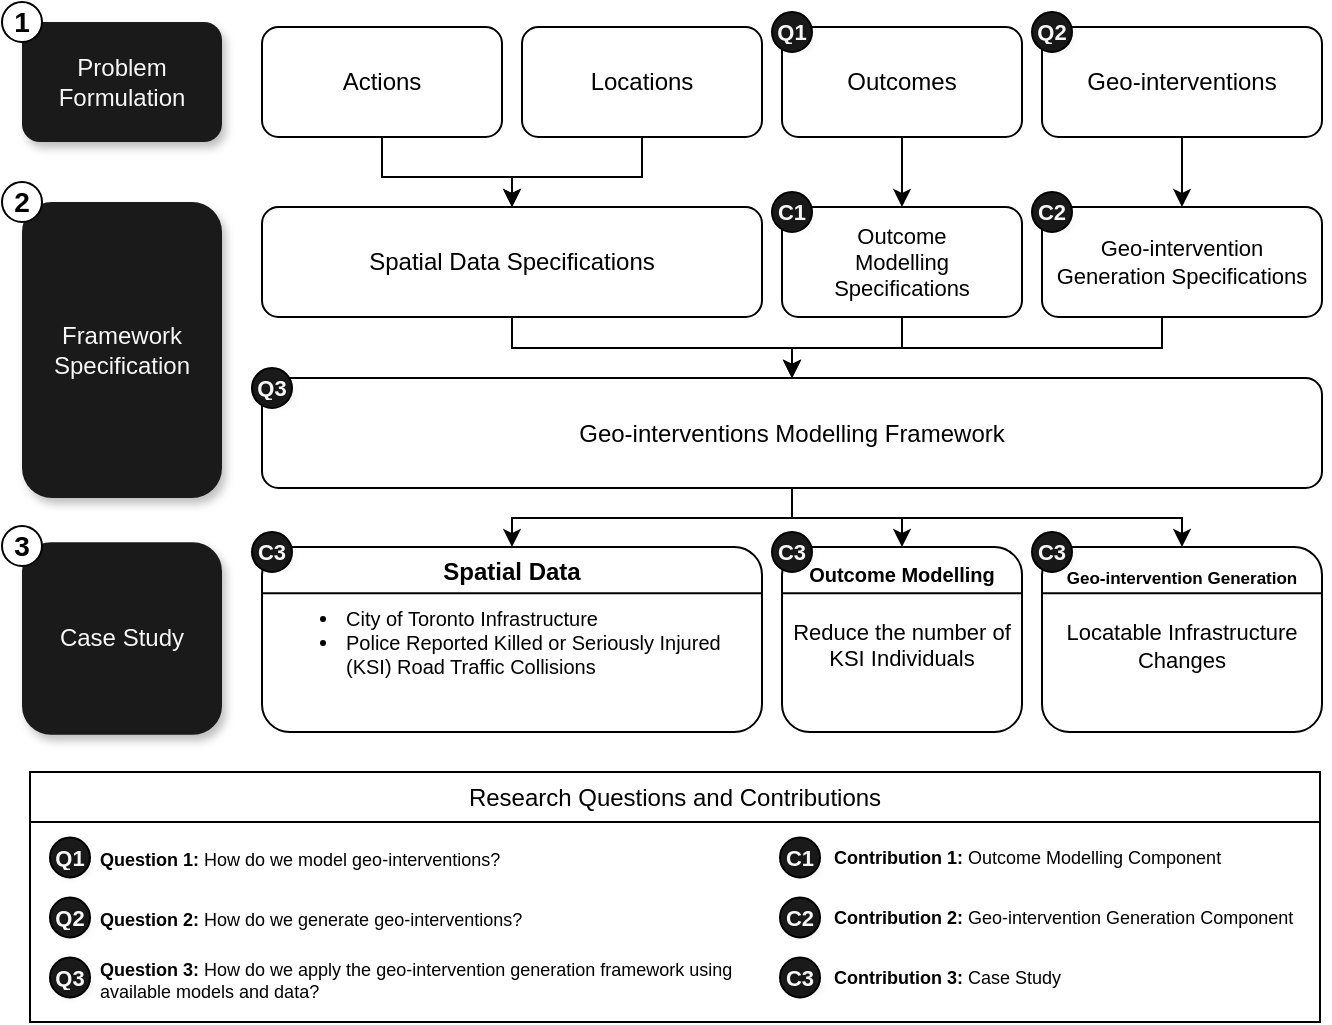
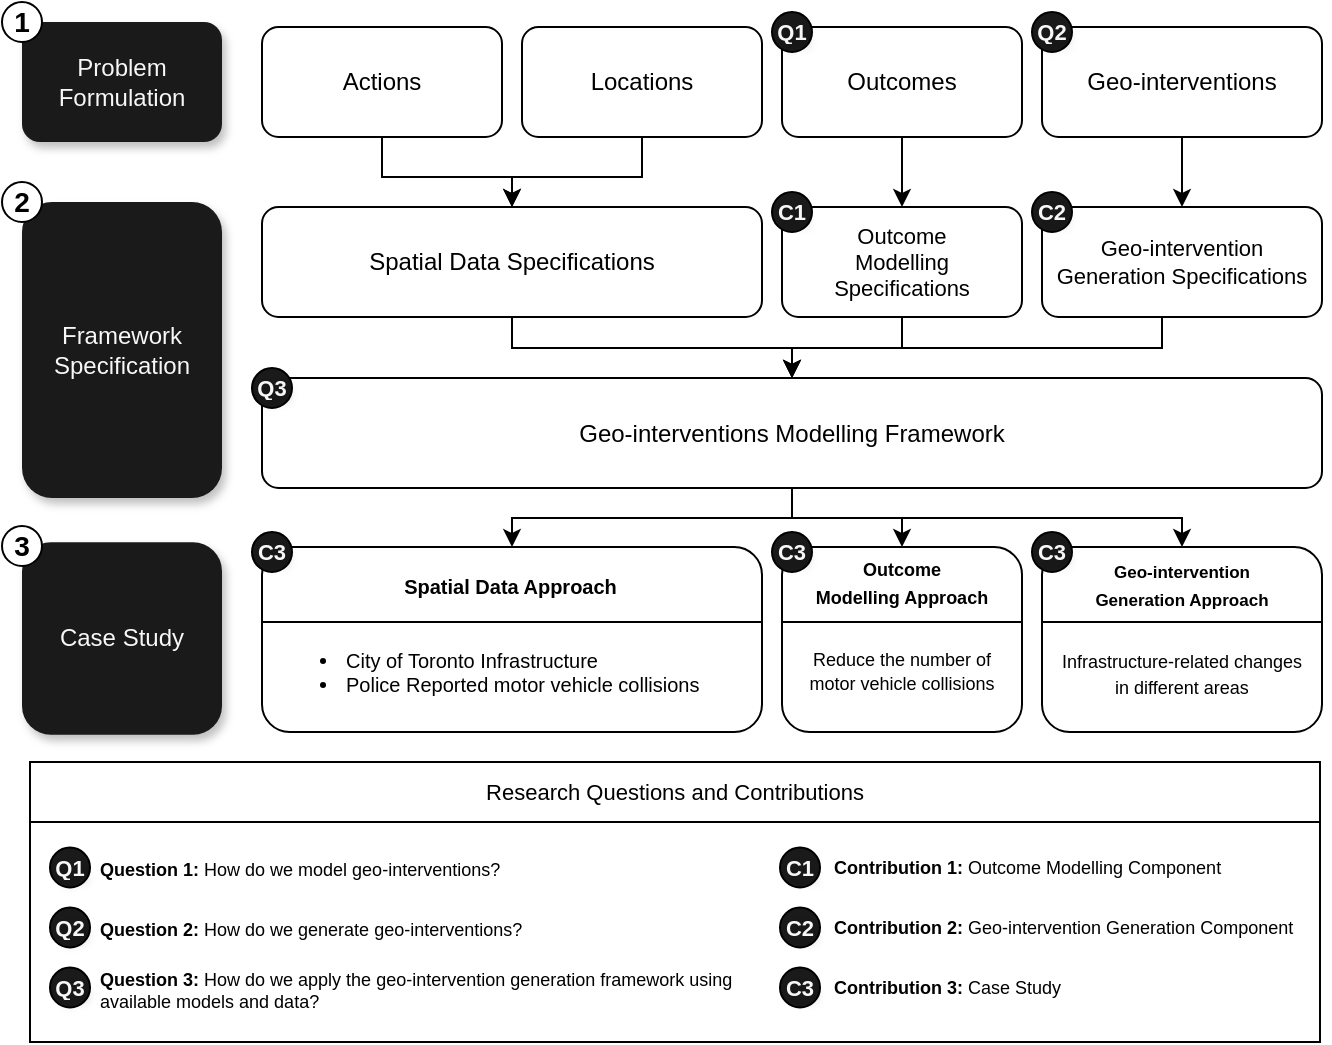
<mxfile host="Electron" agent="Mozilla/5.0 (Macintosh; Intel Mac OS X 10_15_7) AppleWebKit/537.36 (KHTML, like Gecko) draw.io/25.0.2 Chrome/128.0.6613.186 Electron/32.2.5 Safari/537.36" version="25.0.2">
  <diagram name="Page-1" id="0qjr7ZUGg_4bMqxcBNFo">
-     <mxGraphModel dx="984" dy="658" grid="1" gridSize="5" guides="1" tooltips="1" connect="1" arrows="1" fold="1" page="1" pageScale="1" pageWidth="675" pageHeight="525" math="0" shadow="0">
+     <mxGraphModel dx="856" dy="572" grid="1" gridSize="5" guides="1" tooltips="1" connect="1" arrows="1" fold="1" page="1" pageScale="1" pageWidth="675" pageHeight="535" math="0" shadow="0">
      <root>
        <mxCell id="0" />
        <mxCell id="1" parent="0" />
        <mxCell id="xfSVQfPkWPObZ8wr6tTD-67" value="" style="rounded=0;whiteSpace=wrap;html=1;" parent="1" vertex="1">
-           <mxGeometry x="20" y="415" width="645" height="100" as="geometry" />
+           <mxGeometry x="20" y="415" width="645" height="110" as="geometry" />
        </mxCell>
        <mxCell id="xfSVQfPkWPObZ8wr6tTD-12" value="Problem Formulation" style="rounded=1;whiteSpace=wrap;html=1;fillColor=#1A1A1A;strokeColor=none;shadow=1;fontColor=#F7F7F7;" parent="1" vertex="1">
          <mxGeometry x="16" y="15" width="100" height="60" as="geometry" />
        </mxCell>
        <mxCell id="xfSVQfPkWPObZ8wr6tTD-13" value="Framework Specification" style="rounded=1;whiteSpace=wrap;html=1;fillColor=#1A1A1A;strokeColor=none;shadow=1;fontColor=#F7F7F7;" parent="1" vertex="1">
          <mxGeometry x="16" y="105" width="100" height="148" as="geometry" />
        </mxCell>
        <mxCell id="xfSVQfPkWPObZ8wr6tTD-26" style="edgeStyle=orthogonalEdgeStyle;rounded=0;orthogonalLoop=1;jettySize=auto;html=1;entryX=0.5;entryY=0;entryDx=0;entryDy=0;" parent="1" source="xfSVQfPkWPObZ8wr6tTD-16" target="xfSVQfPkWPObZ8wr6tTD-21" edge="1">
          <mxGeometry relative="1" as="geometry" />
        </mxCell>
        <mxCell id="xfSVQfPkWPObZ8wr6tTD-16" value="Actions" style="rounded=1;whiteSpace=wrap;html=1;" parent="1" vertex="1">
          <mxGeometry x="136" y="17.5" width="120" height="55" as="geometry" />
        </mxCell>
        <mxCell id="xfSVQfPkWPObZ8wr6tTD-27" style="edgeStyle=orthogonalEdgeStyle;rounded=0;orthogonalLoop=1;jettySize=auto;html=1;" parent="1" source="xfSVQfPkWPObZ8wr6tTD-17" target="xfSVQfPkWPObZ8wr6tTD-21" edge="1">
          <mxGeometry relative="1" as="geometry" />
        </mxCell>
        <mxCell id="xfSVQfPkWPObZ8wr6tTD-17" value="Locations" style="rounded=1;whiteSpace=wrap;html=1;" parent="1" vertex="1">
          <mxGeometry x="266" y="17.5" width="120" height="55" as="geometry" />
        </mxCell>
        <mxCell id="xfSVQfPkWPObZ8wr6tTD-28" style="edgeStyle=orthogonalEdgeStyle;rounded=0;orthogonalLoop=1;jettySize=auto;html=1;entryX=0.5;entryY=0;entryDx=0;entryDy=0;" parent="1" source="xfSVQfPkWPObZ8wr6tTD-18" target="xfSVQfPkWPObZ8wr6tTD-22" edge="1">
          <mxGeometry relative="1" as="geometry" />
        </mxCell>
        <mxCell id="xfSVQfPkWPObZ8wr6tTD-18" value="Outcomes" style="rounded=1;whiteSpace=wrap;html=1;" parent="1" vertex="1">
          <mxGeometry x="396" y="17.5" width="120" height="55" as="geometry" />
        </mxCell>
        <mxCell id="xfSVQfPkWPObZ8wr6tTD-29" style="edgeStyle=orthogonalEdgeStyle;rounded=0;orthogonalLoop=1;jettySize=auto;html=1;entryX=0.5;entryY=0;entryDx=0;entryDy=0;" parent="1" source="xfSVQfPkWPObZ8wr6tTD-19" target="xfSVQfPkWPObZ8wr6tTD-23" edge="1">
          <mxGeometry relative="1" as="geometry" />
        </mxCell>
        <mxCell id="xfSVQfPkWPObZ8wr6tTD-19" value="Geo-interventions" style="rounded=1;whiteSpace=wrap;html=1;" parent="1" vertex="1">
          <mxGeometry x="526" y="17.5" width="140" height="55" as="geometry" />
        </mxCell>
        <mxCell id="xfSVQfPkWPObZ8wr6tTD-46" style="edgeStyle=orthogonalEdgeStyle;rounded=0;orthogonalLoop=1;jettySize=auto;html=1;entryX=0.5;entryY=0;entryDx=0;entryDy=0;" parent="1" source="xfSVQfPkWPObZ8wr6tTD-21" target="xfSVQfPkWPObZ8wr6tTD-41" edge="1">
          <mxGeometry relative="1" as="geometry">
            <Array as="points">
              <mxPoint x="261" y="178" />
              <mxPoint x="401" y="178" />
            </Array>
          </mxGeometry>
        </mxCell>
        <mxCell id="xfSVQfPkWPObZ8wr6tTD-21" value="Spatial Data Specifications" style="rounded=1;whiteSpace=wrap;html=1;" parent="1" vertex="1">
          <mxGeometry x="136" y="107.5" width="250" height="55" as="geometry" />
        </mxCell>
        <mxCell id="xfSVQfPkWPObZ8wr6tTD-47" style="edgeStyle=orthogonalEdgeStyle;rounded=0;orthogonalLoop=1;jettySize=auto;html=1;entryX=0.5;entryY=0;entryDx=0;entryDy=0;" parent="1" source="xfSVQfPkWPObZ8wr6tTD-22" target="xfSVQfPkWPObZ8wr6tTD-41" edge="1">
          <mxGeometry relative="1" as="geometry">
            <Array as="points">
              <mxPoint x="456" y="178" />
              <mxPoint x="401" y="178" />
            </Array>
          </mxGeometry>
        </mxCell>
        <mxCell id="xfSVQfPkWPObZ8wr6tTD-22" value="Outcome&lt;div&gt;Modelling&lt;/div&gt;&lt;div&gt;Specifications&lt;/div&gt;" style="rounded=1;whiteSpace=wrap;html=1;fontSize=11;" parent="1" vertex="1">
          <mxGeometry x="396" y="107.5" width="120" height="55" as="geometry" />
        </mxCell>
        <mxCell id="xfSVQfPkWPObZ8wr6tTD-48" style="edgeStyle=orthogonalEdgeStyle;rounded=0;orthogonalLoop=1;jettySize=auto;html=1;entryX=0.5;entryY=0;entryDx=0;entryDy=0;" parent="1" source="xfSVQfPkWPObZ8wr6tTD-23" target="xfSVQfPkWPObZ8wr6tTD-41" edge="1">
          <mxGeometry relative="1" as="geometry">
            <Array as="points">
              <mxPoint x="586" y="178" />
              <mxPoint x="401" y="178" />
            </Array>
          </mxGeometry>
        </mxCell>
        <mxCell id="xfSVQfPkWPObZ8wr6tTD-23" value="Geo-intervention Generation Specifications" style="rounded=1;whiteSpace=wrap;html=1;fontSize=11;" parent="1" vertex="1">
          <mxGeometry x="526" y="107.5" width="140" height="55" as="geometry" />
        </mxCell>
-         <mxCell id="xfSVQfPkWPObZ8wr6tTD-30" value="&lt;div style=&quot;text-align: center;&quot;&gt;&lt;font style=&quot;font-size: 12px;&quot;&gt;&lt;b&gt;Spatial Data&lt;/b&gt;&lt;/font&gt;&lt;/div&gt;&lt;ul&gt;&lt;li&gt;City of Toronto Infrastructure&lt;/li&gt;&lt;li&gt;Police Reported Killed or Seriously Injured (KSI) Road Traffic Collisions&lt;/li&gt;&lt;/ul&gt;" style="rounded=1;whiteSpace=wrap;html=1;fontSize=10;align=left;spacingRight=2;spacingTop=-12;" parent="1" vertex="1">
+         <mxCell id="xfSVQfPkWPObZ8wr6tTD-30" value="&lt;div style=&quot;text-align: center;&quot;&gt;&lt;font&gt;&lt;b style=&quot;line-height: 420%;&quot;&gt;&amp;nbsp; &amp;nbsp; &amp;nbsp; &amp;nbsp; &amp;nbsp; Spatial Data Approach&lt;/b&gt;&lt;/font&gt;&lt;/div&gt;&lt;ul&gt;&lt;li&gt;City of Toronto Infrastructure&lt;/li&gt;&lt;li&gt;Police Reported motor vehicle collisions&lt;/li&gt;&lt;/ul&gt;" style="rounded=1;whiteSpace=wrap;html=1;fontSize=10;align=left;spacingRight=0;spacingTop=-10;spacingLeft=0;" parent="1" vertex="1">
          <mxGeometry x="136" y="277.5" width="250" height="92.5" as="geometry" />
        </mxCell>
-         <mxCell id="xfSVQfPkWPObZ8wr6tTD-31" value="&lt;div&gt;&lt;font style=&quot;font-size: 10px;&quot;&gt;&lt;b style=&quot;&quot;&gt;Outcome&amp;nbsp;&lt;/b&gt;&lt;b style=&quot;background-color: initial; line-height: 210%;&quot;&gt;Modelling&lt;/b&gt;&lt;/font&gt;&lt;/div&gt;&lt;font style=&quot;&quot;&gt;&lt;div style=&quot;font-size: 10px;&quot;&gt;&lt;br&gt;&lt;/div&gt;&lt;div style=&quot;font-size: 10px;&quot;&gt;&lt;span style=&quot;font-size: 11px; background-color: initial;&quot;&gt;Reduce the number of KSI Individuals&lt;/span&gt;&lt;br&gt;&lt;/div&gt;&lt;/font&gt;" style="rounded=1;whiteSpace=wrap;html=1;verticalAlign=top;spacingTop=-4;" parent="1" vertex="1">
+         <mxCell id="xfSVQfPkWPObZ8wr6tTD-31" value="&lt;div&gt;&lt;font style=&quot;line-height: 30%; font-size: 9px;&quot;&gt;&lt;b style=&quot;&quot;&gt;Outcome&lt;/b&gt;&lt;/font&gt;&lt;/div&gt;&lt;div&gt;&lt;font style=&quot;line-height: 30%; font-size: 9px;&quot;&gt;&lt;b style=&quot;background-color: initial; line-height: 140%;&quot;&gt;Modelling Approach&lt;/b&gt;&lt;/font&gt;&lt;/div&gt;&lt;div&gt;&lt;span style=&quot;font-size: 14px;&quot;&gt;&lt;br&gt;&lt;/span&gt;&lt;/div&gt;&lt;font style=&quot;line-height: 100%;&quot;&gt;&lt;div&gt;&lt;span style=&quot;background-color: initial;&quot;&gt;&lt;font style=&quot;font-size: 9px; line-height: 100%;&quot;&gt;Reduce the number of&lt;/font&gt;&lt;/span&gt;&lt;/div&gt;&lt;div&gt;&lt;span style=&quot;background-color: initial;&quot;&gt;&lt;font style=&quot;font-size: 9px; line-height: 100%;&quot;&gt;motor vehicle collisions&lt;/font&gt;&lt;/span&gt;&lt;br&gt;&lt;/div&gt;&lt;/font&gt;" style="rounded=1;whiteSpace=wrap;html=1;verticalAlign=top;spacingTop=-4;" parent="1" vertex="1">
          <mxGeometry x="396" y="277.5" width="120" height="92.5" as="geometry" />
        </mxCell>
-         <mxCell id="xfSVQfPkWPObZ8wr6tTD-33" value="&lt;div&gt;&lt;font style=&quot;font-size: 8.5px;&quot;&gt;&lt;b style=&quot;&quot;&gt;&lt;font style=&quot;line-height: 180%;&quot;&gt;Geo-intervention&amp;nbsp;&lt;/font&gt;&lt;/b&gt;&lt;b style=&quot;background-color: initial;&quot;&gt;&lt;font style=&quot;&quot;&gt;Generation&lt;/font&gt;&lt;/b&gt;&lt;/font&gt;&lt;/div&gt;&lt;font style=&quot;font-size: 11px;&quot;&gt;&lt;div&gt;&lt;br&gt;&lt;/div&gt;&lt;div&gt;&lt;span style=&quot;background-color: initial;&quot;&gt;Locatable Infrastructure Changes&lt;/span&gt;&lt;br&gt;&lt;/div&gt;&lt;/font&gt;" style="rounded=1;whiteSpace=wrap;html=1;verticalAlign=top;spacingTop=0;" parent="1" vertex="1">
+         <mxCell id="xfSVQfPkWPObZ8wr6tTD-33" value="&lt;div&gt;&lt;font style=&quot;font-size: 8.5px; line-height: 0%;&quot;&gt;&lt;b&gt;&lt;font&gt;Geo-intervention&lt;/font&gt;&lt;/b&gt;&lt;/font&gt;&lt;/div&gt;&lt;div&gt;&lt;font style=&quot;font-size: 8.5px; line-height: 0%;&quot;&gt;&lt;b style=&quot;background-color: initial;&quot;&gt;&lt;font&gt;Generation Approach&lt;/font&gt;&lt;/b&gt;&lt;/font&gt;&lt;/div&gt;&lt;font style=&quot;line-height: 100%;&quot;&gt;&lt;div style=&quot;&quot;&gt;&lt;font style=&quot;font-size: 26px;&quot;&gt;&lt;br&gt;&lt;/font&gt;&lt;/div&gt;&lt;div&gt;&lt;span style=&quot;background-color: initial;&quot;&gt;&lt;font style=&quot;font-size: 9px; line-height: 100%;&quot;&gt;Infrastructure-related&amp;nbsp;&lt;/font&gt;&lt;/span&gt;&lt;span style=&quot;font-size: 9px; background-color: initial;&quot;&gt;changes&lt;/span&gt;&lt;/div&gt;&lt;div&gt;&lt;span style=&quot;font-size: 9px; background-color: initial;&quot;&gt;in different areas&lt;/span&gt;&lt;/div&gt;&lt;/font&gt;" style="rounded=1;whiteSpace=wrap;html=1;verticalAlign=top;spacingTop=-3;" parent="1" vertex="1">
          <mxGeometry x="526" y="277.5" width="140" height="92.5" as="geometry" />
        </mxCell>
        <mxCell id="xfSVQfPkWPObZ8wr6tTD-38" value="1" style="ellipse;whiteSpace=wrap;html=1;aspect=fixed;fontStyle=1;fontSize=14;strokeWidth=1;" parent="1" vertex="1">
          <mxGeometry x="6" y="5" width="20" height="20" as="geometry" />
        </mxCell>
        <mxCell id="xfSVQfPkWPObZ8wr6tTD-39" value="2" style="ellipse;whiteSpace=wrap;html=1;aspect=fixed;fontStyle=1;fontSize=14;strokeWidth=1;" parent="1" vertex="1">
          <mxGeometry x="6" y="95" width="20" height="20" as="geometry" />
        </mxCell>
        <mxCell id="xfSVQfPkWPObZ8wr6tTD-91" style="edgeStyle=orthogonalEdgeStyle;rounded=0;orthogonalLoop=1;jettySize=auto;html=1;entryX=0.5;entryY=0;entryDx=0;entryDy=0;" parent="1" source="xfSVQfPkWPObZ8wr6tTD-41" target="xfSVQfPkWPObZ8wr6tTD-30" edge="1">
          <mxGeometry relative="1" as="geometry">
            <mxPoint x="261" y="280.5" as="targetPoint" />
            <Array as="points">
              <mxPoint x="401" y="263" />
              <mxPoint x="261" y="263" />
            </Array>
          </mxGeometry>
        </mxCell>
        <mxCell id="xfSVQfPkWPObZ8wr6tTD-92" style="edgeStyle=orthogonalEdgeStyle;rounded=0;orthogonalLoop=1;jettySize=auto;html=1;entryX=0.5;entryY=0;entryDx=0;entryDy=0;" parent="1" source="xfSVQfPkWPObZ8wr6tTD-41" target="xfSVQfPkWPObZ8wr6tTD-31" edge="1">
          <mxGeometry relative="1" as="geometry">
            <mxPoint x="456" y="280.5" as="targetPoint" />
            <Array as="points">
              <mxPoint x="401" y="263" />
              <mxPoint x="456" y="263" />
            </Array>
          </mxGeometry>
        </mxCell>
        <mxCell id="xfSVQfPkWPObZ8wr6tTD-93" style="edgeStyle=orthogonalEdgeStyle;rounded=0;orthogonalLoop=1;jettySize=auto;html=1;entryX=0.5;entryY=0;entryDx=0;entryDy=0;" parent="1" source="xfSVQfPkWPObZ8wr6tTD-41" target="xfSVQfPkWPObZ8wr6tTD-33" edge="1">
          <mxGeometry relative="1" as="geometry">
            <mxPoint x="596" y="280.5" as="targetPoint" />
            <Array as="points">
              <mxPoint x="401" y="263" />
              <mxPoint x="596" y="263" />
            </Array>
          </mxGeometry>
        </mxCell>
        <mxCell id="xfSVQfPkWPObZ8wr6tTD-41" value="Geo-interventions Modelling Framework" style="rounded=1;whiteSpace=wrap;html=1;" parent="1" vertex="1">
          <mxGeometry x="136" y="193" width="530" height="55" as="geometry" />
        </mxCell>
-         <mxCell id="xfSVQfPkWPObZ8wr6tTD-52" value="" style="endArrow=none;html=1;rounded=0;exitX=0;exitY=0.25;exitDx=0;exitDy=0;entryX=1;entryY=0.25;entryDx=0;entryDy=0;" parent="1" source="xfSVQfPkWPObZ8wr6tTD-30" target="xfSVQfPkWPObZ8wr6tTD-30" edge="1">
+         <mxCell id="xfSVQfPkWPObZ8wr6tTD-52" value="" style="endArrow=none;html=1;rounded=0;exitX=0;exitY=0.25;exitDx=0;exitDy=0;entryX=1;entryY=0.25;entryDx=0;entryDy=0;" parent="1" edge="1">
          <mxGeometry width="50" height="50" relative="1" as="geometry">
-             <mxPoint x="286" y="285" as="sourcePoint" />
-             <mxPoint x="336" y="235" as="targetPoint" />
-           </mxGeometry>
-         </mxCell>
-         <mxCell id="xfSVQfPkWPObZ8wr6tTD-53" value="" style="endArrow=none;html=1;rounded=0;exitX=0;exitY=0.25;exitDx=0;exitDy=0;entryX=1;entryY=0.25;entryDx=0;entryDy=0;" parent="1" source="xfSVQfPkWPObZ8wr6tTD-31" target="xfSVQfPkWPObZ8wr6tTD-31" edge="1">
+             <mxPoint x="136" y="315.005" as="sourcePoint" />
+             <mxPoint x="386" y="315.005" as="targetPoint" />
+           </mxGeometry>
+         </mxCell>
+         <mxCell id="xfSVQfPkWPObZ8wr6tTD-53" value="" style="endArrow=none;html=1;rounded=0;exitX=0;exitY=0.25;exitDx=0;exitDy=0;entryX=1;entryY=0.25;entryDx=0;entryDy=0;" parent="1" edge="1">
          <mxGeometry width="50" height="50" relative="1" as="geometry">
-             <mxPoint x="141" y="307" as="sourcePoint" />
-             <mxPoint x="391" y="307" as="targetPoint" />
-           </mxGeometry>
-         </mxCell>
-         <mxCell id="xfSVQfPkWPObZ8wr6tTD-54" value="" style="endArrow=none;html=1;rounded=0;exitX=0;exitY=0.25;exitDx=0;exitDy=0;entryX=1;entryY=0.25;entryDx=0;entryDy=0;" parent="1" source="xfSVQfPkWPObZ8wr6tTD-33" target="xfSVQfPkWPObZ8wr6tTD-33" edge="1">
+             <mxPoint x="396" y="315.005" as="sourcePoint" />
+             <mxPoint x="516" y="315.005" as="targetPoint" />
+           </mxGeometry>
+         </mxCell>
+         <mxCell id="xfSVQfPkWPObZ8wr6tTD-54" value="" style="endArrow=none;html=1;rounded=0;exitX=0;exitY=0.25;exitDx=0;exitDy=0;entryX=1;entryY=0.25;entryDx=0;entryDy=0;" parent="1" edge="1">
          <mxGeometry width="50" height="50" relative="1" as="geometry">
-             <mxPoint x="401" y="307" as="sourcePoint" />
-             <mxPoint x="521" y="307" as="targetPoint" />
+             <mxPoint x="526" y="315.005" as="sourcePoint" />
+             <mxPoint x="666.0000000000002" y="315.005" as="targetPoint" />
          </mxGeometry>
        </mxCell>
        <mxCell id="xfSVQfPkWPObZ8wr6tTD-57" value="Q1" style="ellipse;whiteSpace=wrap;html=1;aspect=fixed;fontStyle=1;fontSize=11;strokeWidth=1;fillColor=#1A1A1A;fontColor=#F7F7F7;textShadow=1;" parent="1" vertex="1">
          <mxGeometry x="391" y="10" width="20" height="20" as="geometry" />
        </mxCell>
        <mxCell id="xfSVQfPkWPObZ8wr6tTD-58" value="C1" style="ellipse;whiteSpace=wrap;html=1;aspect=fixed;fontStyle=1;fontSize=11;strokeWidth=1;fillColor=#1A1A1A;fontColor=#F7F7F7;textShadow=1;" parent="1" vertex="1">
          <mxGeometry x="391" y="100" width="20" height="20" as="geometry" />
        </mxCell>
        <mxCell id="xfSVQfPkWPObZ8wr6tTD-59" value="C2" style="ellipse;whiteSpace=wrap;html=1;aspect=fixed;fontStyle=1;fontSize=11;strokeWidth=1;fillColor=#1A1A1A;fontColor=#F7F7F7;textShadow=1;" parent="1" vertex="1">
          <mxGeometry x="521" y="100" width="20" height="20" as="geometry" />
        </mxCell>
        <mxCell id="xfSVQfPkWPObZ8wr6tTD-60" value="Q2" style="ellipse;whiteSpace=wrap;html=1;aspect=fixed;fontStyle=1;fontSize=11;strokeWidth=1;fillColor=#1A1A1A;fontColor=#F7F7F7;textShadow=1;" parent="1" vertex="1">
          <mxGeometry x="521" y="10" width="20" height="20" as="geometry" />
        </mxCell>
        <mxCell id="xfSVQfPkWPObZ8wr6tTD-61" value="C3" style="ellipse;whiteSpace=wrap;html=1;aspect=fixed;fontStyle=1;fontSize=11;strokeWidth=1;fillColor=#1A1A1A;fontColor=#F7F7F7;textShadow=1;" parent="1" vertex="1">
          <mxGeometry x="131" y="270" width="20" height="20" as="geometry" />
        </mxCell>
        <mxCell id="xfSVQfPkWPObZ8wr6tTD-62" value="C3" style="ellipse;whiteSpace=wrap;html=1;aspect=fixed;fontStyle=1;fontSize=11;strokeWidth=1;fillColor=#1A1A1A;fontColor=#F7F7F7;textShadow=1;" parent="1" vertex="1">
          <mxGeometry x="391" y="270" width="20" height="20" as="geometry" />
        </mxCell>
        <mxCell id="xfSVQfPkWPObZ8wr6tTD-63" value="C3" style="ellipse;whiteSpace=wrap;html=1;aspect=fixed;fontStyle=1;fontSize=11;strokeWidth=1;fillColor=#1A1A1A;fontColor=#F7F7F7;textShadow=1;" parent="1" vertex="1">
          <mxGeometry x="521" y="270" width="20" height="20" as="geometry" />
        </mxCell>
        <mxCell id="xfSVQfPkWPObZ8wr6tTD-64" value="Q3" style="ellipse;whiteSpace=wrap;html=1;aspect=fixed;fontStyle=1;fontSize=11;strokeWidth=1;fillColor=#1A1A1A;fontColor=#F7F7F7;textShadow=1;" parent="1" vertex="1">
          <mxGeometry x="131" y="188" width="20" height="20" as="geometry" />
        </mxCell>
        <mxCell id="xfSVQfPkWPObZ8wr6tTD-65" value="Q1" style="ellipse;whiteSpace=wrap;html=1;aspect=fixed;fontStyle=1;fontSize=11;strokeWidth=1;fillColor=#1A1A1A;fontColor=#F7F7F7;textShadow=1;" parent="1" vertex="1">
-           <mxGeometry x="30" y="422.75" width="20" height="20" as="geometry" />
+           <mxGeometry x="30" y="427.75" width="20" height="20" as="geometry" />
        </mxCell>
        <mxCell id="xfSVQfPkWPObZ8wr6tTD-66" value="&lt;b&gt;Question 1:&lt;/b&gt;&amp;nbsp;How do we model geo-interventions?" style="text;align=left;verticalAlign=middle;rounded=0;fontSize=9;spacingLeft=10;spacing=0;whiteSpace=wrap;html=1;" parent="1" vertex="1">
-           <mxGeometry x="45" y="420" width="345" height="27.5" as="geometry" />
+           <mxGeometry x="45" y="425" width="345" height="27.5" as="geometry" />
        </mxCell>
        <mxCell id="xfSVQfPkWPObZ8wr6tTD-68" value="Q2" style="ellipse;whiteSpace=wrap;html=1;aspect=fixed;fontStyle=1;fontSize=11;strokeWidth=1;fillColor=#1A1A1A;fontColor=#F7F7F7;textShadow=1;" parent="1" vertex="1">
-           <mxGeometry x="30" y="452.75" width="20" height="20" as="geometry" />
+           <mxGeometry x="30" y="457.75" width="20" height="20" as="geometry" />
        </mxCell>
        <mxCell id="xfSVQfPkWPObZ8wr6tTD-70" value="Q3" style="ellipse;whiteSpace=wrap;html=1;aspect=fixed;fontStyle=1;fontSize=11;strokeWidth=1;fillColor=#1A1A1A;fontColor=#F7F7F7;textShadow=1;" parent="1" vertex="1">
-           <mxGeometry x="30" y="482.75" width="20" height="20" as="geometry" />
+           <mxGeometry x="30" y="487.75" width="20" height="20" as="geometry" />
        </mxCell>
        <mxCell id="xfSVQfPkWPObZ8wr6tTD-72" value="C1" style="ellipse;whiteSpace=wrap;html=1;aspect=fixed;fontStyle=1;fontSize=11;strokeWidth=1;fillColor=#1A1A1A;fontColor=#F7F7F7;textShadow=1;" parent="1" vertex="1">
-           <mxGeometry x="395" y="422.75" width="20" height="20" as="geometry" />
+           <mxGeometry x="395" y="427.75" width="20" height="20" as="geometry" />
        </mxCell>
        <mxCell id="xfSVQfPkWPObZ8wr6tTD-73" value="&lt;b&gt;Contribution 1:&lt;/b&gt; Outcome Modelling Component" style="text;html=1;align=left;verticalAlign=middle;whiteSpace=wrap;rounded=0;fontSize=9;spacingLeft=10;" parent="1" vertex="1">
-           <mxGeometry x="410" y="425.25" width="255" height="15" as="geometry" />
+           <mxGeometry x="410" y="430.25" width="255" height="15" as="geometry" />
        </mxCell>
        <mxCell id="xfSVQfPkWPObZ8wr6tTD-74" value="C2" style="ellipse;whiteSpace=wrap;html=1;aspect=fixed;fontStyle=1;fontSize=11;strokeWidth=1;fillColor=#1A1A1A;fontColor=#F7F7F7;textShadow=1;" parent="1" vertex="1">
-           <mxGeometry x="395" y="452.75" width="20" height="20" as="geometry" />
+           <mxGeometry x="395" y="457.75" width="20" height="20" as="geometry" />
        </mxCell>
        <mxCell id="xfSVQfPkWPObZ8wr6tTD-75" value="&lt;b&gt;Contribution 2:&lt;/b&gt; Geo-intervention Generation Component" style="text;html=1;align=left;verticalAlign=middle;whiteSpace=wrap;rounded=0;fontSize=9;spacingLeft=10;" parent="1" vertex="1">
-           <mxGeometry x="410" y="455.25" width="260" height="15" as="geometry" />
+           <mxGeometry x="410" y="460.25" width="260" height="15" as="geometry" />
        </mxCell>
        <mxCell id="xfSVQfPkWPObZ8wr6tTD-76" value="C3" style="ellipse;whiteSpace=wrap;html=1;aspect=fixed;fontStyle=1;fontSize=11;strokeWidth=1;fillColor=#1A1A1A;fontColor=#F7F7F7;textShadow=1;" parent="1" vertex="1">
-           <mxGeometry x="395" y="482.75" width="20" height="20" as="geometry" />
+           <mxGeometry x="395" y="487.75" width="20" height="20" as="geometry" />
        </mxCell>
        <mxCell id="xfSVQfPkWPObZ8wr6tTD-77" value="&lt;b&gt;Contribution 3:&lt;/b&gt;&amp;nbsp;Case Study" style="text;html=1;align=left;verticalAlign=middle;whiteSpace=wrap;rounded=0;fontSize=9;spacingLeft=10;" parent="1" vertex="1">
-           <mxGeometry x="410" y="485.25" width="245" height="15" as="geometry" />
+           <mxGeometry x="410" y="490.25" width="245" height="15" as="geometry" />
        </mxCell>
        <mxCell id="xfSVQfPkWPObZ8wr6tTD-78" value="&lt;b&gt;Question 2:&lt;/b&gt;&amp;nbsp;How do we generate geo-interventions?" style="text;align=left;verticalAlign=middle;rounded=0;fontSize=9;spacingLeft=10;spacing=0;whiteSpace=wrap;html=1;" parent="1" vertex="1">
-           <mxGeometry x="45" y="450" width="345" height="27.5" as="geometry" />
+           <mxGeometry x="45" y="455" width="345" height="27.5" as="geometry" />
        </mxCell>
        <mxCell id="xfSVQfPkWPObZ8wr6tTD-79" value="&lt;b&gt;Question 3:&lt;/b&gt;&amp;nbsp;How do we apply the geo-intervention generation framework using available models and data?" style="text;align=left;verticalAlign=middle;rounded=0;fontSize=9;spacingLeft=10;spacing=0;whiteSpace=wrap;html=1;" parent="1" vertex="1">
-           <mxGeometry x="45" y="480" width="345" height="27.5" as="geometry" />
+           <mxGeometry x="45" y="485" width="345" height="27.5" as="geometry" />
        </mxCell>
        <mxCell id="xfSVQfPkWPObZ8wr6tTD-80" value="Case&amp;nbsp;&lt;span style=&quot;background-color: initial;&quot;&gt;Study&lt;/span&gt;" style="rounded=1;whiteSpace=wrap;html=1;fillColor=#1A1A1A;strokeColor=none;shadow=1;fontColor=#F7F7F7;rotation=0;" parent="1" vertex="1">
          <mxGeometry x="16" y="275.13" width="100" height="96.25" as="geometry" />
        </mxCell>
        <mxCell id="xfSVQfPkWPObZ8wr6tTD-81" value="3" style="ellipse;whiteSpace=wrap;html=1;aspect=fixed;fontStyle=1;fontSize=14;strokeWidth=1;" parent="1" vertex="1">
          <mxGeometry x="6" y="267" width="20" height="20" as="geometry" />
        </mxCell>
-         <mxCell id="NofjgaClE1fsWoyxoZYC-1" value="Research Questions and Contributions" style="rounded=0;whiteSpace=wrap;html=1;" vertex="1" parent="1">
-           <mxGeometry x="20" y="390" width="645" height="25" as="geometry" />
+         <mxCell id="NofjgaClE1fsWoyxoZYC-1" value="Research Questions and Contributions" style="rounded=0;whiteSpace=wrap;html=1;fontSize=11;" parent="1" vertex="1">
+           <mxGeometry x="20" y="385" width="645" height="30" as="geometry" />
        </mxCell>
      </root>
    </mxGraphModel>
  </diagram>
</mxfile>
